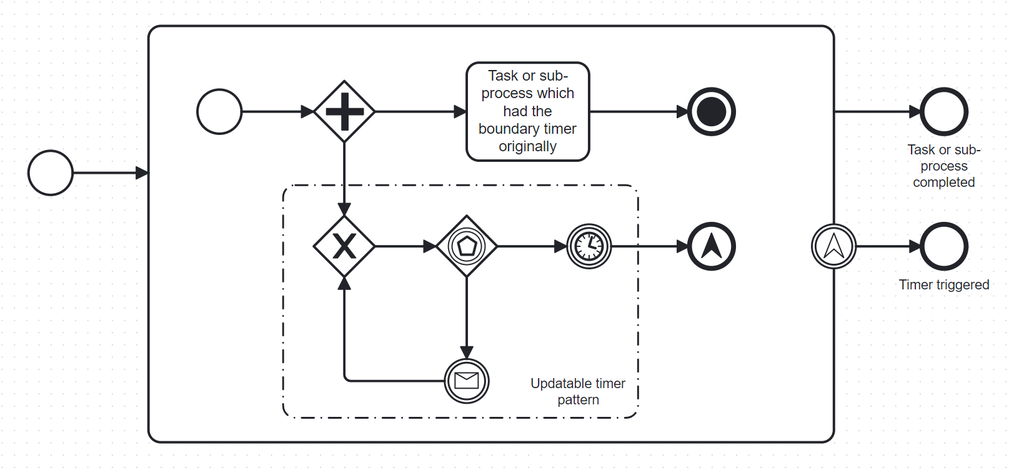
brix-ag/bpmn-design-patterns keeps this BPMN diagram as updatable-boundary-timer-pattern/updatable-boundary-timer-pattern.png. Above is the earlier version. Its source is kept beside it as updatable-boundary-timer-pattern/updatable-boundary-timer-pattern.bpmn. Ids are renumbered.
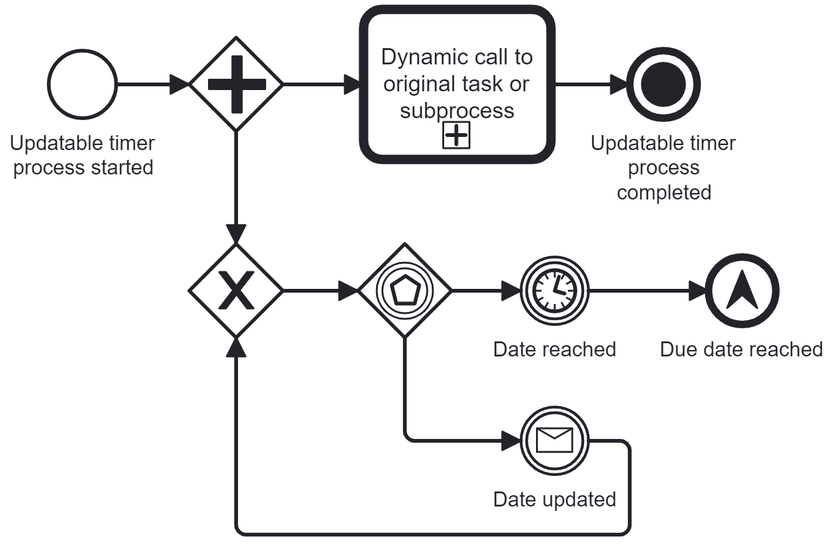
After the change.

What changed in the source:
```diff
@@ -1,193 +1,157 @@
-<bpmn:definitions xmlns:bpmn="http://www.omg.org/spec/BPMN/20100524/MODEL" xmlns:bpmndi="http://www.omg.org/spec/BPMN/20100524/DI" xmlns:dc="http://www.omg.org/spec/DD/20100524/DC" xmlns:xsi="http://www.w3.org/2001/XMLSchema-instance" xmlns:di="http://www.omg.org/spec/DD/20100524/DI" xmlns:zeebe="http://camunda.org/schema/zeebe/1.0" xmlns:modeler="http://camunda.org/schema/modeler/1.0" xmlns:camunda="http://camunda.org/schema/1.0/bpmn" id="Definitions_1" targetNamespace="http://bpmn.io/schema/bpmn" exporter="Camunda Modeler" exporterVersion="5.21.0" modeler:executionPlatform="Camunda Cloud" modeler:executionPlatformVersion="8.4.0" camunda:diagramRelationId="0c405a93-c27d-4ede-8d2c-e08c810fcad0">
-  <bpmn:process id="Process_n1" name="Updatable boundary timer pattern" isExecutable="true">
-    <bpmn:subProcess id="Activity_n2">
-      <bpmn:incoming>Flow_n3</bpmn:incoming>
-      <bpmn:outgoing>Flow_n4</bpmn:outgoing>
-      <bpmn:startEvent id="Event_n5">
-        <bpmn:outgoing>Flow_n6</bpmn:outgoing>
-      </bpmn:startEvent>
-      <bpmn:sequenceFlow id="Flow_n6" sourceRef="Event_n5" targetRef="Gateway_n7" />
-      <bpmn:parallelGateway id="Gateway_n7">
-        <bpmn:incoming>Flow_n6</bpmn:incoming>
-        <bpmn:outgoing>Flow_n8</bpmn:outgoing>
-        <bpmn:outgoing>Flow_n9</bpmn:outgoing>
-      </bpmn:parallelGateway>
-      <bpmn:task id="Activity_n10" name="Task or sub-process which had the boundary timer originally">
-        <bpmn:incoming>Flow_n8</bpmn:incoming>
-        <bpmn:outgoing>Flow_n11</bpmn:outgoing>
-      </bpmn:task>
-      <bpmn:sequenceFlow id="Flow_n8" sourceRef="Gateway_n7" targetRef="Activity_n10" />
-      <bpmn:sequenceFlow id="Flow_n11" sourceRef="Activity_n10" targetRef="Event_n12" />
-      <bpmn:exclusiveGateway id="Gateway_n13">
-        <bpmn:incoming>Flow_n9</bpmn:incoming>
-        <bpmn:incoming>Flow_n14</bpmn:incoming>
-        <bpmn:outgoing>Flow_n15</bpmn:outgoing>
-      </bpmn:exclusiveGateway>
-      <bpmn:sequenceFlow id="Flow_n9" sourceRef="Gateway_n7" targetRef="Gateway_n13" />
-      <bpmn:sequenceFlow id="Flow_n15" sourceRef="Gateway_n13" targetRef="Gateway_n16" />
-      <bpmn:eventBasedGateway id="Gateway_n16">
-        <bpmn:incoming>Flow_n15</bpmn:incoming>
-        <bpmn:outgoing>Flow_n17</bpmn:outgoing>
-        <bpmn:outgoing>Flow_n18</bpmn:outgoing>
-      </bpmn:eventBasedGateway>
-      <bpmn:intermediateCatchEvent id="Event_n19">
-        <bpmn:incoming>Flow_n17</bpmn:incoming>
-        <bpmn:outgoing>Flow_n20</bpmn:outgoing>
-        <bpmn:timerEventDefinition id="TimerEventDefinition_n21">
-          <bpmn:timeDate xsi:type="bpmn:tFormalExpression">=foo</bpmn:timeDate>
-        </bpmn:timerEventDefinition>
-      </bpmn:intermediateCatchEvent>
-      <bpmn:sequenceFlow id="Flow_n17" sourceRef="Gateway_n16" targetRef="Event_n19" />
-      <bpmn:sequenceFlow id="Flow_n20" sourceRef="Event_n19" targetRef="Event_n22" />
-      <bpmn:endEvent id="Event_n12">
-        <bpmn:incoming>Flow_n11</bpmn:incoming>
-        <bpmn:terminateEventDefinition id="TerminateEventDefinition_n23" />
-      </bpmn:endEvent>
-      <bpmn:intermediateCatchEvent id="Event_n24">
-        <bpmn:incoming>Flow_n18</bpmn:incoming>
-        <bpmn:outgoing>Flow_n14</bpmn:outgoing>
-        <bpmn:messageEventDefinition id="MessageEventDefinition_n25" messageRef="Message_n26" />
-      </bpmn:intermediateCatchEvent>
-      <bpmn:sequenceFlow id="Flow_n18" sourceRef="Gateway_n16" targetRef="Event_n24" />
-      <bpmn:sequenceFlow id="Flow_n14" sourceRef="Event_n24" targetRef="Gateway_n13" />
-      <bpmn:endEvent id="Event_n22">
-        <bpmn:incoming>Flow_n20</bpmn:incoming>
-        <bpmn:escalationEventDefinition id="EscalationEventDefinition_n27" escalationRef="Escalation_n28" />
-      </bpmn:endEvent>
-    </bpmn:subProcess>
-    <bpmn:startEvent id="Event_n29">
-      <bpmn:outgoing>Flow_n3</bpmn:outgoing>
-    </bpmn:startEvent>
-    <bpmn:sequenceFlow id="Flow_n3" sourceRef="Event_n29" targetRef="Activity_n2" />
-    <bpmn:endEvent id="Event_n30" name="Task or sub-process completed">
-      <bpmn:incoming>Flow_n4</bpmn:incoming>
-    </bpmn:endEvent>
-    <bpmn:sequenceFlow id="Flow_n4" sourceRef="Activity_n2" targetRef="Event_n30" />
-    <bpmn:endEvent id="Event_n31" name="Timer triggered">
-      <bpmn:incoming>Flow_n32</bpmn:incoming>
-    </bpmn:endEvent>
-    <bpmn:sequenceFlow id="Flow_n32" sourceRef="Event_n33" targetRef="Event_n31" />
-    <bpmn:boundaryEvent id="Event_n33" attachedToRef="Activity_n2">
-      <bpmn:outgoing>Flow_n32</bpmn:outgoing>
-      <bpmn:escalationEventDefinition id="EscalationEventDefinition_n34" escalationRef="Escalation_n28" />
-    </bpmn:boundaryEvent>
-    <bpmn:group id="Group_n35" categoryValueRef="CategoryValue_n36" />
-  </bpmn:process>
+<bpmn:definitions xmlns:bpmn="http://www.omg.org/spec/BPMN/20100524/MODEL" xmlns:bpmndi="http://www.omg.org/spec/BPMN/20100524/DI" xmlns:dc="http://www.omg.org/spec/DD/20100524/DC" xmlns:xsi="http://www.w3.org/2001/XMLSchema-instance" xmlns:di="http://www.omg.org/spec/DD/20100524/DI" xmlns:zeebe="http://camunda.org/schema/zeebe/1.0" xmlns:modeler="http://camunda.org/schema/modeler/1.0" xmlns:camunda="http://camunda.org/schema/1.0/bpmn" id="Definitions_1" targetNamespace="http://bpmn.io/schema/bpmn" exporter="Camunda Modeler" exporterVersion="5.22.0" modeler:executionPlatform="Camunda Cloud" modeler:executionPlatformVersion="8.4.0" camunda:diagramRelationId="0c405a93-c27d-4ede-8d2c-e08c810fcad0">
   <bpmn:error id="Error_n37" name="Error_1hsblsu" errorCode="foo" />
-  <bpmn:message id="Message_n26" name="updateFoo">
+  <bpmn:message id="Message_n26" name="updateTimerValue">
     <bpmn:extensionElements>
-      <zeebe:subscription correlationKey="=bar" />
+      <zeebe:subscription correlationKey="=correlationKey" />
     </bpmn:extensionElements>
   </bpmn:message>
-  <bpmn:category id="Category_n38">
-    <bpmn:categoryValue id="CategoryValue_n36" value="Updatable timer pattern" />
-  </bpmn:category>
-  <bpmn:escalation id="Escalation_n28" name="fooExpired" escalationCode="baz" />
+  <bpmn:escalation id="Escalation_n28" name="Timer Triggered" escalationCode="timer_triggered" />
+  <bpmn:error id="Error_n39" name="Error_2tdv811" errorCode="abc" />
+  <bpmn:process id="updatable_boundary_timer_process" name="Updatable boundary timer process" isExecutable="true">
+    <bpmn:startEvent id="Event_n5" name="Updatable timer process started">
+      <bpmn:extensionElements>
+        <zeebe:properties>
+          <zeebe:property name="camundaModeler:exampleOutputJson" value="{&#10;  &#34;dynamicProcessId&#34;: &#34;original_process&#34;,&#10;  &#34;dueDate&#34;: &#34;2024-04-23T08:00:00Z&#34;,&#10;  &#34;correlationKey&#34;: &#34;aCorrelationKey&#34;&#10;}" />
+        </zeebe:properties>
+      </bpmn:extensionElements>
+      <bpmn:outgoing>Flow_n6</bpmn:outgoing>
+    </bpmn:startEvent>
+    <bpmn:parallelGateway id="Gateway_n7">
+      <bpmn:incoming>Flow_n6</bpmn:incoming>
+      <bpmn:outgoing>Flow_n8</bpmn:outgoing>
+      <bpmn:outgoing>Flow_n9</bpmn:outgoing>
+    </bpmn:parallelGateway>
+    <bpmn:exclusiveGateway id="Gateway_n13">
+      <bpmn:incoming>Flow_n9</bpmn:incoming>
+      <bpmn:incoming>Flow_n14</bpmn:incoming>
+      <bpmn:outgoing>Flow_n15</bpmn:outgoing>
+    </bpmn:exclusiveGateway>
+    <bpmn:eventBasedGateway id="Gateway_n16">
+      <bpmn:incoming>Flow_n15</bpmn:incoming>
+      <bpmn:outgoing>Flow_n17</bpmn:outgoing>
+      <bpmn:outgoing>Flow_n18</bpmn:outgoing>
+    </bpmn:eventBasedGateway>
+    <bpmn:intermediateCatchEvent id="Event_n19" name="Date reached">
+      <bpmn:incoming>Flow_n17</bpmn:incoming>
+      <bpmn:outgoing>Flow_n20</bpmn:outgoing>
+      <bpmn:timerEventDefinition id="TimerEventDefinition_n40">
+        <bpmn:timeDate xsi:type="bpmn:tFormalExpression">=dueDate</bpmn:timeDate>
+      </bpmn:timerEventDefinition>
+    </bpmn:intermediateCatchEvent>
+    <bpmn:intermediateCatchEvent id="Event_n24" name="Date updated">
+      <bpmn:incoming>Flow_n18</bpmn:incoming>
+      <bpmn:outgoing>Flow_n14</bpmn:outgoing>
+      <bpmn:messageEventDefinition id="MessageEventDefinition_n41" messageRef="Message_n26" />
+    </bpmn:intermediateCatchEvent>
+    <bpmn:endEvent id="Event_n22" name="Due date reached">
+      <bpmn:incoming>Flow_n20</bpmn:incoming>
+      <bpmn:escalationEventDefinition id="EscalationEventDefinition_n42" escalationRef="Escalation_n28" />
+    </bpmn:endEvent>
+    <bpmn:endEvent id="Event_n12" name="Updatable timer process completed">
+      <bpmn:incoming>Flow_n43</bpmn:incoming>
+      <bpmn:terminateEventDefinition id="TerminateEventDefinition_n44" />
+    </bpmn:endEvent>
+    <bpmn:callActivity id="Activity_n45" name="Dynamic call to original task or subprocess">
+      <bpmn:extensionElements>
+        <zeebe:calledElement processId="=dynamicProcessId" propagateAllChildVariables="true" />
+      </bpmn:extensionElements>
+      <bpmn:incoming>Flow_n8</bpmn:incoming>
+      <bpmn:outgoing>Flow_n43</bpmn:outgoing>
+    </bpmn:callActivity>
+    <bpmn:sequenceFlow id="Flow_n6" sourceRef="Event_n5" targetRef="Gateway_n7" />
+    <bpmn:sequenceFlow id="Flow_n8" sourceRef="Gateway_n7" targetRef="Activity_n45" />
+    <bpmn:sequenceFlow id="Flow_n9" sourceRef="Gateway_n7" targetRef="Gateway_n13" />
+    <bpmn:sequenceFlow id="Flow_n14" sourceRef="Event_n24" targetRef="Gateway_n13" />
+    <bpmn:sequenceFlow id="Flow_n15" sourceRef="Gateway_n13" targetRef="Gateway_n16" />
+    <bpmn:sequenceFlow id="Flow_n17" sourceRef="Gateway_n16" targetRef="Event_n19" />
+    <bpmn:sequenceFlow id="Flow_n18" sourceRef="Gateway_n16" targetRef="Event_n24" />
+    <bpmn:sequenceFlow id="Flow_n20" sourceRef="Event_n19" targetRef="Event_n22" />
+    <bpmn:sequenceFlow id="Flow_n43" sourceRef="Activity_n45" targetRef="Event_n12" />
+  </bpmn:process>
   <bpmndi:BPMNDiagram id="BPMNDiagram_1">
-    <bpmndi:BPMNPlane id="BPMNPlane_1" bpmnElement="Process_n1">
-      <bpmndi:BPMNShape id="Activity_n2_di" bpmnElement="Activity_n2" isExpanded="true">
-        <dc:Bounds x="250" y="110" width="560" height="340" />
+    <bpmndi:BPMNPlane id="BPMNPlane_1" bpmnElement="updatable_boundary_timer_process">
+      <bpmndi:BPMNShape id="BPMNShape_n46" bpmnElement="Event_n5">
+        <dc:Bounds x="172" y="102" width="36" height="36" />
+        <bpmndi:BPMNLabel>
+          <dc:Bounds x="151" y="145" width="79" height="27" />
+        </bpmndi:BPMNLabel>
       </bpmndi:BPMNShape>
-      <bpmndi:BPMNShape id="Event_n5_di" bpmnElement="Event_n5">
-        <dc:Bounds x="290" y="162" width="36" height="36" />
+      <bpmndi:BPMNShape id="BPMNShape_n47" bpmnElement="Gateway_n7">
+        <dc:Bounds x="247" y="95" width="50" height="50" />
       </bpmndi:BPMNShape>
-      <bpmndi:BPMNShape id="Gateway_0tummmy_di" bpmnElement="Gateway_n7">
-        <dc:Bounds x="385" y="155" width="50" height="50" />
+      <bpmndi:BPMNShape id="BPMNShape_n48" bpmnElement="Gateway_n13" isMarkerVisible="true">
+        <dc:Bounds x="247" y="205" width="50" height="50" />
       </bpmndi:BPMNShape>
-      <bpmndi:BPMNShape id="Activity_n10_di" bpmnElement="Activity_n10">
-        <dc:Bounds x="510" y="140" width="100" height="80" />
+      <bpmndi:BPMNShape id="BPMNShape_n49" bpmnElement="Gateway_n16">
+        <dc:Bounds x="337" y="205" width="50" height="50" />
+      </bpmndi:BPMNShape>
+      <bpmndi:BPMNShape id="BPMNShape_n50" bpmnElement="Event_n19">
+        <dc:Bounds x="424" y="212" width="36" height="36" />
+        <bpmndi:BPMNLabel>
+          <dc:Bounds x="409" y="255" width="67" height="14" />
+        </bpmndi:BPMNLabel>
+      </bpmndi:BPMNShape>
+      <bpmndi:BPMNShape id="BPMNShape_n51" bpmnElement="Event_n24">
+        <dc:Bounds x="424" y="292" width="36" height="36" />
+        <bpmndi:BPMNLabel>
+          <dc:Bounds x="409" y="335" width="67" height="14" />
+        </bpmndi:BPMNLabel>
+      </bpmndi:BPMNShape>
+      <bpmndi:BPMNShape id="BPMNShape_n52" bpmnElement="Event_n22">
+        <dc:Bounds x="524" y="212" width="36" height="36" />
+        <bpmndi:BPMNLabel>
+          <dc:Bounds x="498" y="255" width="88" height="14" />
+        </bpmndi:BPMNLabel>
+      </bpmndi:BPMNShape>
+      <bpmndi:BPMNShape id="BPMNShape_n53" bpmnElement="Event_n12">
+        <dc:Bounds x="482" y="102" width="36" height="36" />
+        <bpmndi:BPMNLabel>
+          <dc:Bounds x="461" y="145" width="79" height="40" />
+        </bpmndi:BPMNLabel>
+      </bpmndi:BPMNShape>
+      <bpmndi:BPMNShape id="BPMNShape_n54" bpmnElement="Activity_n45">
+        <dc:Bounds x="340" y="80" width="100" height="80" />
         <bpmndi:BPMNLabel />
       </bpmndi:BPMNShape>
-      <bpmndi:BPMNShape id="Gateway_n13_di" bpmnElement="Gateway_n13" isMarkerVisible="true">
-        <dc:Bounds x="385" y="265" width="50" height="50" />
-      </bpmndi:BPMNShape>
-      <bpmndi:BPMNShape id="Gateway_071u5yy_di" bpmnElement="Gateway_n16">
-        <dc:Bounds x="485" y="265" width="50" height="50" />
-      </bpmndi:BPMNShape>
-      <bpmndi:BPMNShape id="Event_n19_di" bpmnElement="Event_n19">
-        <dc:Bounds x="592" y="272" width="36" height="36" />
-      </bpmndi:BPMNShape>
-      <bpmndi:BPMNShape id="Event_1rdqp3e_di" bpmnElement="Event_n12">
-        <dc:Bounds x="692" y="162" width="36" height="36" />
-      </bpmndi:BPMNShape>
-      <bpmndi:BPMNShape id="Event_n24_di" bpmnElement="Event_n24">
-        <dc:Bounds x="492" y="382" width="36" height="36" />
-      </bpmndi:BPMNShape>
-      <bpmndi:BPMNShape id="Event_1qplngz_di" bpmnElement="Event_n22">
-        <dc:Bounds x="692" y="272" width="36" height="36" />
-      </bpmndi:BPMNShape>
-      <bpmndi:BPMNEdge id="Flow_n6_di" bpmnElement="Flow_n6">
-        <di:waypoint x="326" y="180" />
-        <di:waypoint x="385" y="180" />
+      <bpmndi:BPMNEdge id="BPMNEdge_n55" bpmnElement="Flow_n6">
+        <di:waypoint x="208" y="120" />
+        <di:waypoint x="247" y="120" />
       </bpmndi:BPMNEdge>
-      <bpmndi:BPMNEdge id="Flow_n8_di" bpmnElement="Flow_n8">
-        <di:waypoint x="435" y="180" />
-        <di:waypoint x="510" y="180" />
+      <bpmndi:BPMNEdge id="BPMNEdge_n56" bpmnElement="Flow_n8">
+        <di:waypoint x="297" y="120" />
+        <di:waypoint x="340" y="120" />
       </bpmndi:BPMNEdge>
-      <bpmndi:BPMNEdge id="Flow_n11_di" bpmnElement="Flow_n11">
-        <di:waypoint x="610" y="180" />
-        <di:waypoint x="692" y="180" />
+      <bpmndi:BPMNEdge id="BPMNEdge_n57" bpmnElement="Flow_n9">
+        <di:waypoint x="272" y="145" />
+        <di:waypoint x="272" y="205" />
       </bpmndi:BPMNEdge>
-      <bpmndi:BPMNEdge id="Flow_n9_di" bpmnElement="Flow_n9">
-        <di:waypoint x="410" y="205" />
-        <di:waypoint x="410" y="265" />
+      <bpmndi:BPMNEdge id="BPMNEdge_n58" bpmnElement="Flow_n14">
+        <di:waypoint x="460" y="310" />
+        <di:waypoint x="482" y="310" />
+        <di:waypoint x="482" y="360" />
+        <di:waypoint x="272" y="360" />
+        <di:waypoint x="272" y="255" />
       </bpmndi:BPMNEdge>
-      <bpmndi:BPMNEdge id="Flow_n15_di" bpmnElement="Flow_n15">
-        <di:waypoint x="435" y="290" />
-        <di:waypoint x="485" y="290" />
+      <bpmndi:BPMNEdge id="BPMNEdge_n59" bpmnElement="Flow_n15">
+        <di:waypoint x="297" y="230" />
+        <di:waypoint x="337" y="230" />
       </bpmndi:BPMNEdge>
-      <bpmndi:BPMNEdge id="Flow_n17_di" bpmnElement="Flow_n17">
-        <di:waypoint x="535" y="290" />
-        <di:waypoint x="592" y="290" />
+      <bpmndi:BPMNEdge id="BPMNEdge_n60" bpmnElement="Flow_n17">
+        <di:waypoint x="387" y="230" />
+        <di:waypoint x="424" y="230" />
       </bpmndi:BPMNEdge>
-      <bpmndi:BPMNEdge id="Flow_n20_di" bpmnElement="Flow_n20">
-        <di:waypoint x="628" y="290" />
-        <di:waypoint x="692" y="290" />
+      <bpmndi:BPMNEdge id="BPMNEdge_n61" bpmnElement="Flow_n18">
+        <di:waypoint x="362" y="255" />
+        <di:waypoint x="362" y="310" />
+        <di:waypoint x="424" y="310" />
       </bpmndi:BPMNEdge>
-      <bpmndi:BPMNEdge id="Flow_n18_di" bpmnElement="Flow_n18">
-        <di:waypoint x="510" y="315" />
-        <di:waypoint x="510" y="382" />
+      <bpmndi:BPMNEdge id="BPMNEdge_n62" bpmnElement="Flow_n20">
+        <di:waypoint x="460" y="230" />
+        <di:waypoint x="524" y="230" />
       </bpmndi:BPMNEdge>
-      <bpmndi:BPMNEdge id="Flow_n14_di" bpmnElement="Flow_n14">
-        <di:waypoint x="492" y="400" />
-        <di:waypoint x="410" y="400" />
-        <di:waypoint x="410" y="315" />
-      </bpmndi:BPMNEdge>
-      <bpmndi:BPMNShape id="Event_n29_di" bpmnElement="Event_n29">
-        <dc:Bounds x="152" y="212" width="36" height="36" />
-      </bpmndi:BPMNShape>
-      <bpmndi:BPMNShape id="Event_n30_di" bpmnElement="Event_n30">
-        <dc:Bounds x="882" y="162" width="36" height="36" />
-        <bpmndi:BPMNLabel>
-          <dc:Bounds x="870" y="205" width="61" height="40" />
-        </bpmndi:BPMNLabel>
-      </bpmndi:BPMNShape>
-      <bpmndi:BPMNShape id="Event_n31_di" bpmnElement="Event_n31">
-        <dc:Bounds x="882" y="272" width="36" height="36" />
-        <bpmndi:BPMNLabel>
-          <dc:Bounds x="863" y="315" width="75" height="14" />
-        </bpmndi:BPMNLabel>
-      </bpmndi:BPMNShape>
-      <bpmndi:BPMNShape id="Event_1wdmx6p_di" bpmnElement="Event_n33">
-        <dc:Bounds x="792" y="272" width="36" height="36" />
-      </bpmndi:BPMNShape>
-      <bpmndi:BPMNShape id="Group_n35_di" bpmnElement="Group_n35">
-        <dc:Bounds x="360" y="240" width="290" height="190" />
-        <bpmndi:BPMNLabel>
-          <dc:Bounds x="562" y="396" width="79" height="27" />
-        </bpmndi:BPMNLabel>
-      </bpmndi:BPMNShape>
-      <bpmndi:BPMNEdge id="Flow_n3_di" bpmnElement="Flow_n3">
-        <di:waypoint x="188" y="230" />
-        <di:waypoint x="250" y="230" />
-      </bpmndi:BPMNEdge>
-      <bpmndi:BPMNEdge id="Flow_n4_di" bpmnElement="Flow_n4">
-        <di:waypoint x="810" y="180" />
-        <di:waypoint x="882" y="180" />
-      </bpmndi:BPMNEdge>
-      <bpmndi:BPMNEdge id="Flow_n32_di" bpmnElement="Flow_n32">
-        <di:waypoint x="828" y="290" />
-        <di:waypoint x="882" y="290" />
+      <bpmndi:BPMNEdge id="BPMNEdge_n63" bpmnElement="Flow_n43">
+        <di:waypoint x="440" y="120" />
+        <di:waypoint x="482" y="120" />
       </bpmndi:BPMNEdge>
     </bpmndi:BPMNPlane>
   </bpmndi:BPMNDiagram>
```
